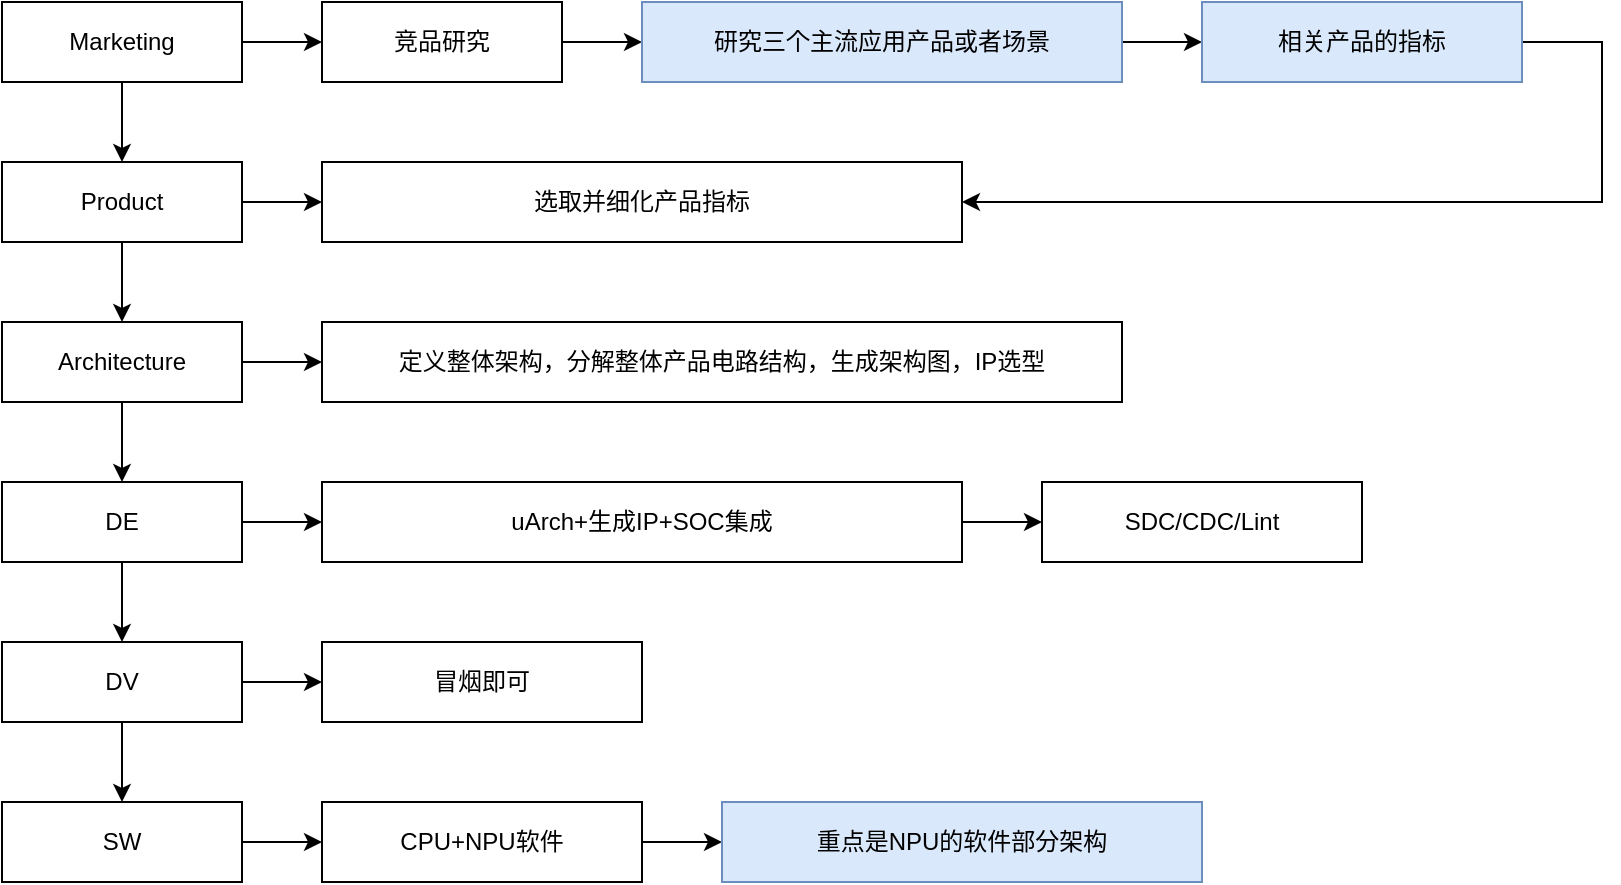
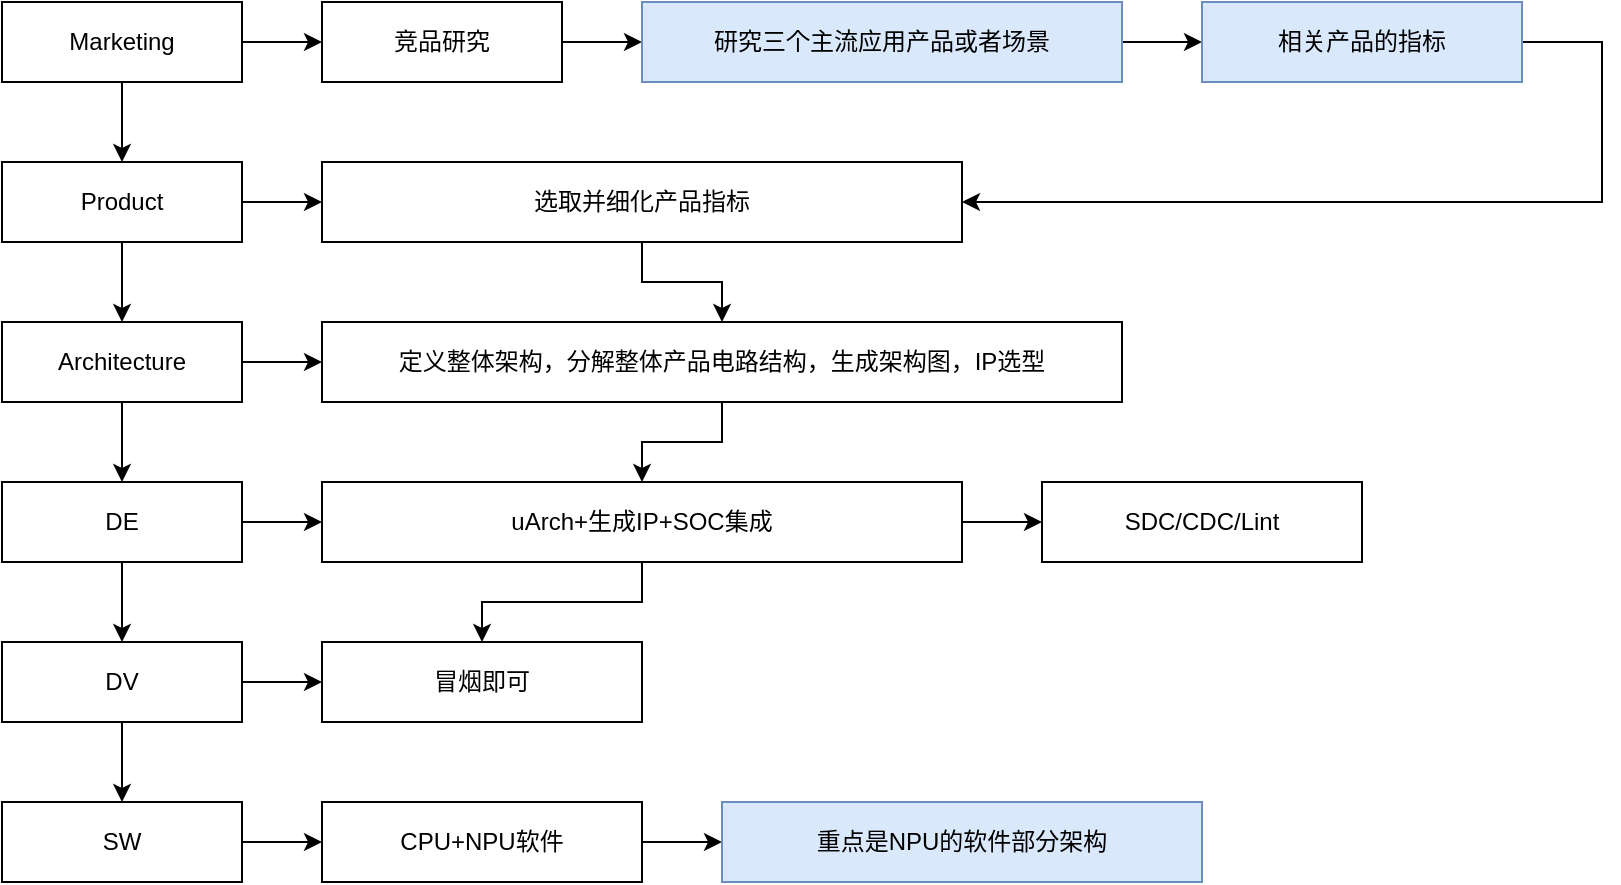
<mxfile host="app.diagrams.net">
  <diagram name="第 1 页" id="9lt6pKXcOXOacjMz8fyF">
    <mxGraphModel dx="1406" dy="754" grid="1" gridSize="10" guides="1" tooltips="1" connect="1" arrows="1" fold="1" page="1" pageScale="1" pageWidth="1169" pageHeight="827" math="0" shadow="0">
      <root>
        <mxCell id="0" />
        <mxCell id="1" parent="0" />
        <mxCell id="i4-VJNzEnyivnLVhnoJc-17" edge="1" parent="1" source="i4-VJNzEnyivnLVhnoJc-1" style="edgeStyle=orthogonalEdgeStyle;rounded=0;orthogonalLoop=1;jettySize=auto;html=1;" target="i4-VJNzEnyivnLVhnoJc-2" value="">
          <mxGeometry relative="1" as="geometry" />
        </mxCell>
        <mxCell id="i4-VJNzEnyivnLVhnoJc-22" edge="1" parent="1" source="i4-VJNzEnyivnLVhnoJc-1" style="edgeStyle=orthogonalEdgeStyle;rounded=0;orthogonalLoop=1;jettySize=auto;html=1;" target="i4-VJNzEnyivnLVhnoJc-3" value="">
          <mxGeometry relative="1" as="geometry" />
        </mxCell>
        <mxCell id="i4-VJNzEnyivnLVhnoJc-1" parent="1" style="rounded=0;whiteSpace=wrap;html=1;" value="Marketing" vertex="1">
          <mxGeometry height="40" width="120" x="120" y="80" as="geometry" />
        </mxCell>
        <mxCell id="i4-VJNzEnyivnLVhnoJc-18" edge="1" parent="1" source="i4-VJNzEnyivnLVhnoJc-2" style="edgeStyle=orthogonalEdgeStyle;rounded=0;orthogonalLoop=1;jettySize=auto;html=1;" target="i4-VJNzEnyivnLVhnoJc-7" value="">
          <mxGeometry relative="1" as="geometry" />
        </mxCell>
        <mxCell id="i4-VJNzEnyivnLVhnoJc-27" edge="1" parent="1" source="i4-VJNzEnyivnLVhnoJc-2" style="edgeStyle=orthogonalEdgeStyle;rounded=0;orthogonalLoop=1;jettySize=auto;html=1;" target="i4-VJNzEnyivnLVhnoJc-6" value="">
          <mxGeometry relative="1" as="geometry" />
        </mxCell>
        <mxCell id="i4-VJNzEnyivnLVhnoJc-2" parent="1" style="rounded=0;whiteSpace=wrap;html=1;" value="Product" vertex="1">
          <mxGeometry height="40" width="120" x="120" y="160" as="geometry" />
        </mxCell>
        <mxCell id="i4-VJNzEnyivnLVhnoJc-23" edge="1" parent="1" source="i4-VJNzEnyivnLVhnoJc-3" style="edgeStyle=orthogonalEdgeStyle;rounded=0;orthogonalLoop=1;jettySize=auto;html=1;" target="i4-VJNzEnyivnLVhnoJc-4" value="">
          <mxGeometry relative="1" as="geometry" />
        </mxCell>
        <mxCell id="i4-VJNzEnyivnLVhnoJc-3" parent="1" style="rounded=0;whiteSpace=wrap;html=1;" value="竞品研究" vertex="1">
          <mxGeometry height="40" width="120" x="280" y="80" as="geometry" />
        </mxCell>
        <mxCell id="i4-VJNzEnyivnLVhnoJc-25" edge="1" parent="1" source="i4-VJNzEnyivnLVhnoJc-4" style="edgeStyle=orthogonalEdgeStyle;rounded=0;orthogonalLoop=1;jettySize=auto;html=1;" target="i4-VJNzEnyivnLVhnoJc-5" value="">
          <mxGeometry relative="1" as="geometry" />
        </mxCell>
        <mxCell id="i4-VJNzEnyivnLVhnoJc-4" parent="1" style="rounded=0;whiteSpace=wrap;html=1;fillColor=#dae8fc;strokeColor=#6c8ebf;" value="研究三个主流应用产品或者场景" vertex="1">
          <mxGeometry height="40" width="240" x="440" y="80" as="geometry" />
        </mxCell>
        <mxCell id="i4-VJNzEnyivnLVhnoJc-26" edge="1" parent="1" source="i4-VJNzEnyivnLVhnoJc-5" style="edgeStyle=orthogonalEdgeStyle;rounded=0;orthogonalLoop=1;jettySize=auto;html=1;entryX=1;entryY=0.5;entryDx=0;entryDy=0;" target="i4-VJNzEnyivnLVhnoJc-6">
          <mxGeometry relative="1" as="geometry">
            <Array as="points">
              <mxPoint x="920" y="100" />
              <mxPoint x="920" y="180" />
            </Array>
          </mxGeometry>
        </mxCell>
        <mxCell id="i4-VJNzEnyivnLVhnoJc-5" parent="1" style="rounded=0;whiteSpace=wrap;html=1;fillColor=#dae8fc;strokeColor=#6c8ebf;" value="相关产品的指标" vertex="1">
          <mxGeometry height="40" width="160" x="720" y="80" as="geometry" />
        </mxCell>
+         <mxCell id="i4-VJNzEnyivnLVhnoJc-28" edge="1" parent="1" source="i4-VJNzEnyivnLVhnoJc-6" style="edgeStyle=orthogonalEdgeStyle;rounded=0;orthogonalLoop=1;jettySize=auto;html=1;" target="i4-VJNzEnyivnLVhnoJc-8" value="">
+           <mxGeometry relative="1" as="geometry" />
+         </mxCell>
        <mxCell id="i4-VJNzEnyivnLVhnoJc-6" parent="1" style="rounded=0;whiteSpace=wrap;html=1;" value="选取并细化产品指标" vertex="1">
          <mxGeometry height="40" width="320" x="280" y="160" as="geometry" />
        </mxCell>
        <mxCell id="i4-VJNzEnyivnLVhnoJc-19" edge="1" parent="1" source="i4-VJNzEnyivnLVhnoJc-7" style="edgeStyle=orthogonalEdgeStyle;rounded=0;orthogonalLoop=1;jettySize=auto;html=1;" target="i4-VJNzEnyivnLVhnoJc-9" value="">
          <mxGeometry relative="1" as="geometry" />
        </mxCell>
        <mxCell id="i4-VJNzEnyivnLVhnoJc-30" edge="1" parent="1" source="i4-VJNzEnyivnLVhnoJc-7" style="edgeStyle=orthogonalEdgeStyle;rounded=0;orthogonalLoop=1;jettySize=auto;html=1;" target="i4-VJNzEnyivnLVhnoJc-8" value="">
          <mxGeometry relative="1" as="geometry" />
        </mxCell>
        <mxCell id="i4-VJNzEnyivnLVhnoJc-7" parent="1" style="rounded=0;whiteSpace=wrap;html=1;" value="Architecture" vertex="1">
          <mxGeometry height="40" width="120" x="120" y="240" as="geometry" />
+         </mxCell>
+         <mxCell id="i4-VJNzEnyivnLVhnoJc-29" edge="1" parent="1" source="i4-VJNzEnyivnLVhnoJc-8" style="edgeStyle=orthogonalEdgeStyle;rounded=0;orthogonalLoop=1;jettySize=auto;html=1;" target="i4-VJNzEnyivnLVhnoJc-10" value="">
+           <mxGeometry relative="1" as="geometry" />
        </mxCell>
        <mxCell id="i4-VJNzEnyivnLVhnoJc-8" parent="1" style="rounded=0;whiteSpace=wrap;html=1;" value="定义整体架构，分解整体产品电路结构，生成架构图，IP选型" vertex="1">
          <mxGeometry height="40" width="400" x="280" y="240" as="geometry" />
        </mxCell>
        <mxCell id="i4-VJNzEnyivnLVhnoJc-20" edge="1" parent="1" source="i4-VJNzEnyivnLVhnoJc-9" style="edgeStyle=orthogonalEdgeStyle;rounded=0;orthogonalLoop=1;jettySize=auto;html=1;" target="i4-VJNzEnyivnLVhnoJc-11" value="">
          <mxGeometry relative="1" as="geometry" />
        </mxCell>
        <mxCell id="i4-VJNzEnyivnLVhnoJc-31" edge="1" parent="1" source="i4-VJNzEnyivnLVhnoJc-9" style="edgeStyle=orthogonalEdgeStyle;rounded=0;orthogonalLoop=1;jettySize=auto;html=1;" target="i4-VJNzEnyivnLVhnoJc-10" value="">
          <mxGeometry relative="1" as="geometry" />
        </mxCell>
        <mxCell id="i4-VJNzEnyivnLVhnoJc-9" parent="1" style="rounded=0;whiteSpace=wrap;html=1;" value="DE" vertex="1">
          <mxGeometry height="40" width="120" x="120" y="320" as="geometry" />
        </mxCell>
        <mxCell id="i4-VJNzEnyivnLVhnoJc-32" edge="1" parent="1" source="i4-VJNzEnyivnLVhnoJc-10" style="edgeStyle=orthogonalEdgeStyle;rounded=0;orthogonalLoop=1;jettySize=auto;html=1;" target="i4-VJNzEnyivnLVhnoJc-13" value="">
+           <mxGeometry relative="1" as="geometry" />
+         </mxCell>
+         <mxCell id="i4-VJNzEnyivnLVhnoJc-33" edge="1" parent="1" source="i4-VJNzEnyivnLVhnoJc-10" style="edgeStyle=orthogonalEdgeStyle;rounded=0;orthogonalLoop=1;jettySize=auto;html=1;" target="i4-VJNzEnyivnLVhnoJc-12" value="">
          <mxGeometry relative="1" as="geometry" />
        </mxCell>
        <mxCell id="i4-VJNzEnyivnLVhnoJc-10" parent="1" style="rounded=0;whiteSpace=wrap;html=1;" value="uArch+生成IP+SOC集成" vertex="1">
          <mxGeometry height="40" width="320" x="280" y="320" as="geometry" />
        </mxCell>
        <mxCell id="i4-VJNzEnyivnLVhnoJc-21" edge="1" parent="1" source="i4-VJNzEnyivnLVhnoJc-11" style="edgeStyle=orthogonalEdgeStyle;rounded=0;orthogonalLoop=1;jettySize=auto;html=1;" target="i4-VJNzEnyivnLVhnoJc-14" value="">
          <mxGeometry relative="1" as="geometry" />
        </mxCell>
        <mxCell id="i4-VJNzEnyivnLVhnoJc-34" edge="1" parent="1" source="i4-VJNzEnyivnLVhnoJc-11" style="edgeStyle=orthogonalEdgeStyle;rounded=0;orthogonalLoop=1;jettySize=auto;html=1;" target="i4-VJNzEnyivnLVhnoJc-12" value="">
          <mxGeometry relative="1" as="geometry" />
        </mxCell>
        <mxCell id="i4-VJNzEnyivnLVhnoJc-11" parent="1" style="rounded=0;whiteSpace=wrap;html=1;" value="DV" vertex="1">
          <mxGeometry height="40" width="120" x="120" y="400" as="geometry" />
        </mxCell>
        <mxCell id="i4-VJNzEnyivnLVhnoJc-12" parent="1" style="rounded=0;whiteSpace=wrap;html=1;" value="冒烟即可" vertex="1">
          <mxGeometry height="40" width="160" x="280" y="400" as="geometry" />
        </mxCell>
        <mxCell id="i4-VJNzEnyivnLVhnoJc-13" parent="1" style="rounded=0;whiteSpace=wrap;html=1;" value="SDC/CDC/Lint" vertex="1">
          <mxGeometry height="40" width="160" x="640" y="320" as="geometry" />
        </mxCell>
        <mxCell id="i4-VJNzEnyivnLVhnoJc-35" edge="1" parent="1" source="i4-VJNzEnyivnLVhnoJc-14" style="edgeStyle=orthogonalEdgeStyle;rounded=0;orthogonalLoop=1;jettySize=auto;html=1;" target="i4-VJNzEnyivnLVhnoJc-15" value="">
          <mxGeometry relative="1" as="geometry" />
        </mxCell>
        <mxCell id="i4-VJNzEnyivnLVhnoJc-14" parent="1" style="rounded=0;whiteSpace=wrap;html=1;" value="SW" vertex="1">
          <mxGeometry height="40" width="120" x="120" y="480" as="geometry" />
        </mxCell>
        <mxCell id="i4-VJNzEnyivnLVhnoJc-36" edge="1" parent="1" source="i4-VJNzEnyivnLVhnoJc-15" style="edgeStyle=orthogonalEdgeStyle;rounded=0;orthogonalLoop=1;jettySize=auto;html=1;" target="i4-VJNzEnyivnLVhnoJc-16" value="">
          <mxGeometry relative="1" as="geometry" />
        </mxCell>
        <mxCell id="i4-VJNzEnyivnLVhnoJc-15" parent="1" style="rounded=0;whiteSpace=wrap;html=1;" value="CPU+NPU软件" vertex="1">
          <mxGeometry height="40" width="160" x="280" y="480" as="geometry" />
        </mxCell>
        <mxCell id="i4-VJNzEnyivnLVhnoJc-16" parent="1" style="rounded=0;whiteSpace=wrap;html=1;fillColor=#dae8fc;strokeColor=#6c8ebf;" value="重点是NPU的软件部分架构" vertex="1">
          <mxGeometry height="40" width="240" x="480" y="480" as="geometry" />
        </mxCell>
      </root>
    </mxGraphModel>
  </diagram>
</mxfile>
